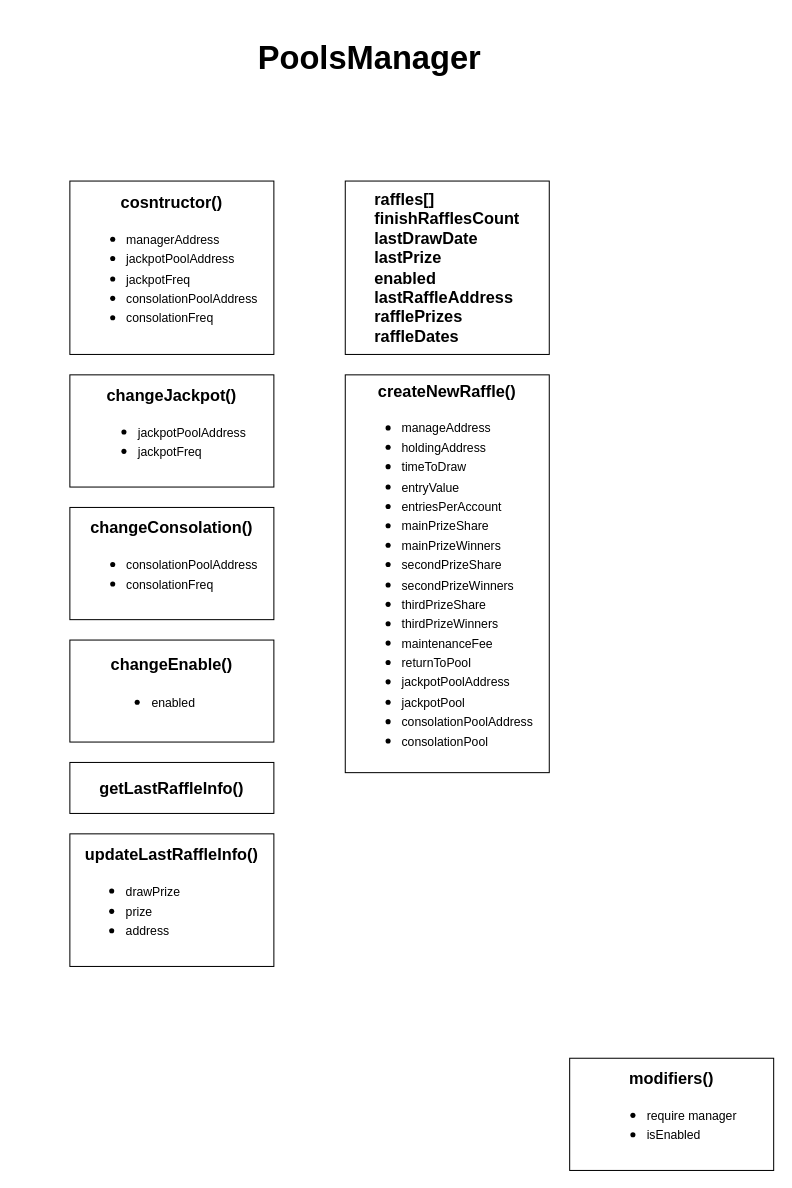
This is page "JetonsPoolsManager" (2 of 5) of JetonsProject.drawio from DevABDee/JetonsProject, a draw.io file, before an edit. Source tidied: cells renumbered, new cells numbered last; positions are measured from the earlier drawing's top-left corner, leaving out a move shared by most shapes. Both pictures are drawn from the tidied source at 102%, with x=0, y=0 at pixel (69, 28).
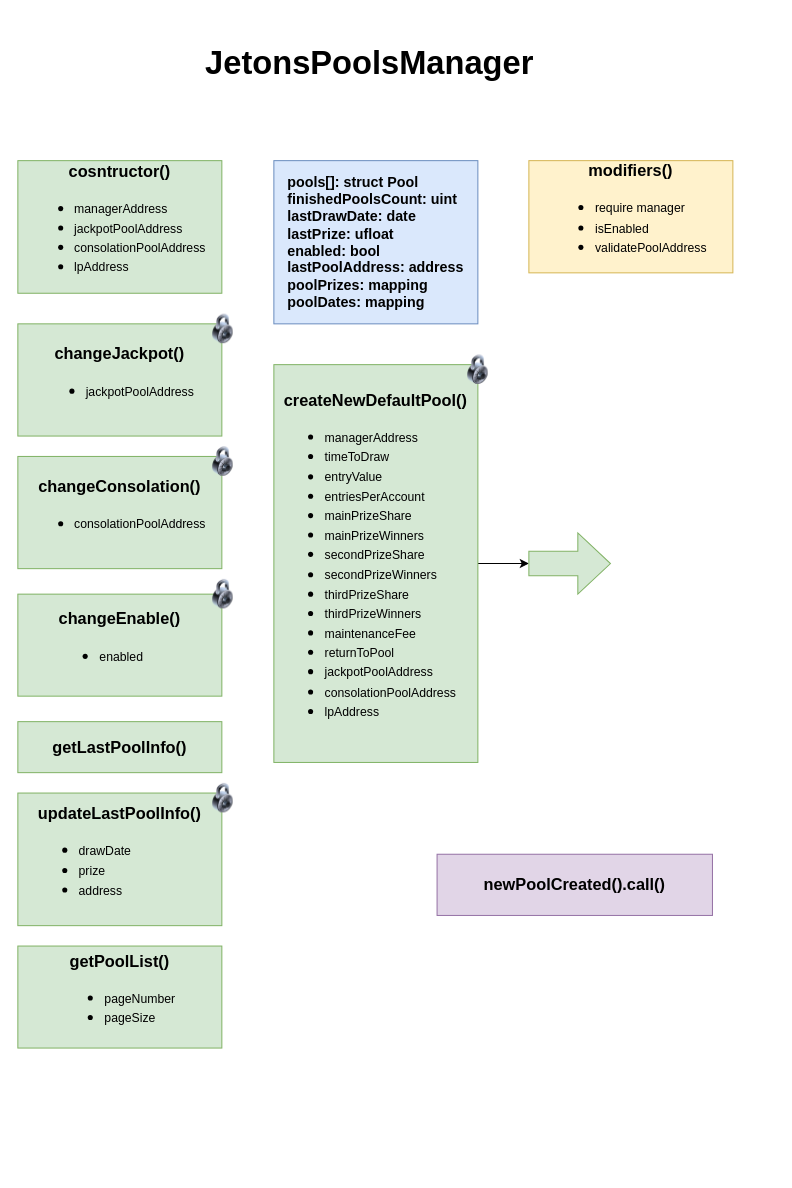
The same diagram, later.

Change to the diagram source:
```diff
@@
-    <mxCell id="2" value="PoolsManager" style="text;html=1;strokeColor=none;fillColor=none;align=center;verticalAlign=middle;whiteSpace=wrap;rounded=0;fontSize=32;fontStyle=1;" parent="1" vertex="1">
-      <mxGeometry x="144" width="300" height="60" as="geometry" />
+    <mxCell id="2" value="JetonsPoolsManager" style="text;html=1;strokeColor=none;fillColor=none;align=center;verticalAlign=middle;whiteSpace=wrap;rounded=0;fontSize=32;fontStyle=1;" parent="1" vertex="1">
+      <mxGeometry x="81" y="-10" width="426" height="90" as="geometry" />
     </mxCell>
-    <mxCell id="3" value="&lt;b&gt;cosntructor()&lt;/b&gt;&lt;br&gt;&lt;ul&gt;&lt;li style=&quot;text-align: left;&quot;&gt;&lt;font style=&quot;font-size: 12px;&quot;&gt;managerAddress&lt;/font&gt;&lt;/li&gt;&lt;li style=&quot;text-align: left;&quot;&gt;&lt;font style=&quot;font-size: 12px;&quot;&gt;jackpotPoolAddress&lt;/font&gt;&lt;/li&gt;&lt;li style=&quot;text-align: left;&quot;&gt;&lt;font style=&quot;font-size: 12px;&quot;&gt;jackpotFreq&lt;/font&gt;&lt;/li&gt;&lt;li style=&quot;text-align: left;&quot;&gt;&lt;font style=&quot;font-size: 12px;&quot;&gt;consolationPoolAddress&lt;/font&gt;&lt;/li&gt;&lt;li style=&quot;text-align: left;&quot;&gt;&lt;font style=&quot;font-size: 12px;&quot;&gt;consolationFreq&lt;/font&gt;&lt;/li&gt;&lt;/ul&gt;" style="rounded=0;whiteSpace=wrap;html=1;fontSize=16;" parent="1" vertex="1">
-      <mxGeometry y="150" width="200" height="170" as="geometry" />
-    </mxCell>
-    <mxCell id="4" value="&lt;b&gt;createNewRaffle()&lt;/b&gt;&lt;br&gt;&lt;ul&gt;&lt;li style=&quot;text-align: left;&quot;&gt;&lt;font style=&quot;font-size: 12px;&quot;&gt;manageAddress&lt;/font&gt;&lt;/li&gt;&lt;li style=&quot;text-align: left;&quot;&gt;&lt;font style=&quot;font-size: 12px;&quot;&gt;holdingAddress&lt;/font&gt;&lt;/li&gt;&lt;li style=&quot;text-align: left;&quot;&gt;&lt;font style=&quot;font-size: 12px;&quot;&gt;timeToDraw&lt;/font&gt;&lt;/li&gt;&lt;li style=&quot;text-align: left;&quot;&gt;&lt;font style=&quot;font-size: 12px;&quot;&gt;entryValue&lt;/font&gt;&lt;/li&gt;&lt;li style=&quot;text-align: left;&quot;&gt;&lt;font style=&quot;font-size: 12px;&quot;&gt;entriesPerAccount&lt;/font&gt;&lt;/li&gt;&lt;li style=&quot;text-align: left;&quot;&gt;&lt;font style=&quot;font-size: 12px;&quot;&gt;mainPrizeShare&lt;/font&gt;&lt;/li&gt;&lt;li style=&quot;text-align: left;&quot;&gt;&lt;font style=&quot;font-size: 12px;&quot;&gt;mainPrizeWinners&lt;/font&gt;&lt;/li&gt;&lt;li style=&quot;text-align: left;&quot;&gt;&lt;font style=&quot;font-size: 12px;&quot;&gt;secondPrizeShare&lt;/font&gt;&lt;/li&gt;&lt;li style=&quot;text-align: left;&quot;&gt;&lt;font style=&quot;font-size: 12px;&quot;&gt;secondPrizeWinners&lt;/font&gt;&lt;/li&gt;&lt;li style=&quot;text-align: left;&quot;&gt;&lt;font style=&quot;font-size: 12px;&quot;&gt;thirdPrizeShare&lt;/font&gt;&lt;/li&gt;&lt;li style=&quot;text-align: left;&quot;&gt;&lt;font style=&quot;font-size: 12px;&quot;&gt;thirdPrizeWinners&lt;/font&gt;&lt;/li&gt;&lt;li style=&quot;text-align: left;&quot;&gt;&lt;font style=&quot;font-size: 12px;&quot;&gt;maintenanceFee&lt;/font&gt;&lt;/li&gt;&lt;li style=&quot;text-align: left;&quot;&gt;&lt;font style=&quot;font-size: 12px;&quot;&gt;returnToPool&lt;/font&gt;&lt;/li&gt;&lt;li style=&quot;text-align: left;&quot;&gt;&lt;font style=&quot;font-size: 12px;&quot;&gt;jackpotPoolAddress&lt;/font&gt;&lt;/li&gt;&lt;li style=&quot;text-align: left;&quot;&gt;&lt;font style=&quot;font-size: 12px;&quot;&gt;jackpotPool&lt;/font&gt;&lt;/li&gt;&lt;li style=&quot;text-align: left;&quot;&gt;&lt;font style=&quot;font-size: 12px;&quot;&gt;consolationPoolAddress&lt;/font&gt;&lt;/li&gt;&lt;li style=&quot;text-align: left;&quot;&gt;&lt;font style=&quot;font-size: 12px;&quot;&gt;consolationPool&lt;/font&gt;&lt;/li&gt;&lt;/ul&gt;" style="rounded=0;whiteSpace=wrap;html=1;fontSize=16;" parent="1" vertex="1">
-      <mxGeometry x="270" y="340" width="200" height="390" as="geometry" />
-    </mxCell>
-    <mxCell id="5" style="edgeStyle=orthogonalEdgeStyle;rounded=0;orthogonalLoop=1;jettySize=auto;html=1;exitX=0.5;exitY=1;exitDx=0;exitDy=0;fontSize=12;" parent="1" edge="1" source="4" target="4">
-      <mxGeometry relative="1" as="geometry" />
+    <mxCell id="5" style="edgeStyle=orthogonalEdgeStyle;rounded=0;orthogonalLoop=1;jettySize=auto;html=1;exitX=0.5;exitY=1;exitDx=0;exitDy=0;fontSize=12;" parent="1" edge="1">
+      <mxGeometry relative="1" as="geometry">
+        <mxPoint x="300" y="730" as="sourcePoint" />
+        <mxPoint x="300" y="730" as="targetPoint" />
+      </mxGeometry>
     </mxCell>
-    <mxCell id="6" value="&lt;b&gt;changeJackpot()&lt;br&gt;&lt;/b&gt;&lt;ul&gt;&lt;li style=&quot;text-align: left;&quot;&gt;&lt;font style=&quot;font-size: 12px;&quot;&gt;jackpotPoolAddress&lt;/font&gt;&lt;/li&gt;&lt;li style=&quot;text-align: left;&quot;&gt;&lt;font style=&quot;font-size: 12px;&quot;&gt;jackpotFreq&lt;br&gt;&lt;/font&gt;&lt;/li&gt;&lt;/ul&gt;" style="rounded=0;whiteSpace=wrap;html=1;fontSize=16;" parent="1" vertex="1">
-      <mxGeometry y="340" width="200" height="110" as="geometry" />
-    </mxCell>
-    <mxCell id="7" value="&lt;b&gt;changeConsolation()&lt;/b&gt;&lt;br&gt;&lt;ul&gt;&lt;li style=&quot;text-align: left;&quot;&gt;&lt;span style=&quot;font-size: 12px; background-color: initial;&quot;&gt;consolationPoolAddress&lt;/span&gt;&lt;br&gt;&lt;/li&gt;&lt;li style=&quot;text-align: left;&quot;&gt;&lt;span style=&quot;font-size: 12px; background-color: initial;&quot;&gt;consolationFreq&lt;/span&gt;&lt;br&gt;&lt;/li&gt;&lt;/ul&gt;" style="rounded=0;whiteSpace=wrap;html=1;fontSize=16;" parent="1" vertex="1">
-      <mxGeometry y="470" width="200" height="110" as="geometry" />
-    </mxCell>
-    <mxCell id="8" value="&lt;b&gt;modifiers()&lt;/b&gt;&lt;br&gt;&lt;ul&gt;&lt;li style=&quot;text-align: left;&quot;&gt;&lt;span style=&quot;font-size: 12px;&quot;&gt;require manager&lt;/span&gt;&lt;/li&gt;&lt;li style=&quot;text-align: left;&quot;&gt;&lt;span style=&quot;font-size: 12px;&quot;&gt;isEnabled&lt;/span&gt;&lt;/li&gt;&lt;/ul&gt;" style="rounded=0;whiteSpace=wrap;html=1;fontSize=16;" parent="1" vertex="1">
-      <mxGeometry x="490" y="1010" width="200" height="110" as="geometry" />
+    <mxCell id="8" value="&lt;b&gt;modifiers()&lt;/b&gt;&lt;br&gt;&lt;ul&gt;&lt;li style=&quot;text-align: left;&quot;&gt;&lt;span style=&quot;font-size: 12px;&quot;&gt;require manager&lt;/span&gt;&lt;/li&gt;&lt;li style=&quot;text-align: left;&quot;&gt;&lt;span style=&quot;font-size: 12px;&quot;&gt;isEnabled&lt;/span&gt;&lt;/li&gt;&lt;li style=&quot;text-align: left;&quot;&gt;&lt;span style=&quot;font-size: 12px;&quot;&gt;validatePoolAddress&lt;/span&gt;&lt;/li&gt;&lt;/ul&gt;" style="rounded=0;whiteSpace=wrap;html=1;fontSize=16;fillColor=#fff2cc;strokeColor=#d6b656;" parent="1" vertex="1">
+      <mxGeometry x="450" y="130" width="200" height="110" as="geometry" />
     </mxCell>
-    <mxCell id="9" value="&lt;div style=&quot;text-align: left;&quot;&gt;&lt;b style=&quot;background-color: initial;&quot;&gt;raffles[]&lt;/b&gt;&lt;/div&gt;&lt;b&gt;&lt;div style=&quot;text-align: left;&quot;&gt;&lt;b style=&quot;background-color: initial;&quot;&gt;finishRafflesCount&lt;/b&gt;&lt;/div&gt;&lt;div style=&quot;text-align: left;&quot;&gt;&lt;b style=&quot;background-color: initial;&quot;&gt;lastDrawDate&lt;/b&gt;&lt;/div&gt;&lt;div style=&quot;text-align: left;&quot;&gt;&lt;b style=&quot;background-color: initial;&quot;&gt;lastPrize&lt;/b&gt;&lt;/div&gt;&lt;div style=&quot;text-align: left;&quot;&gt;&lt;b style=&quot;background-color: initial;&quot;&gt;enabled&lt;/b&gt;&lt;/div&gt;&lt;div style=&quot;text-align: left;&quot;&gt;&lt;b style=&quot;background-color: initial;&quot;&gt;lastRaffleAddress&lt;/b&gt;&lt;/div&gt;&lt;div style=&quot;text-align: left;&quot;&gt;&lt;b style=&quot;background-color: initial;&quot;&gt;rafflePrizes&lt;/b&gt;&lt;/div&gt;&lt;div style=&quot;text-align: left;&quot;&gt;&lt;b style=&quot;background-color: initial;&quot;&gt;raffleDates&lt;/b&gt;&lt;/div&gt;&lt;/b&gt;" style="rounded=0;whiteSpace=wrap;html=1;fontSize=16;" parent="1" vertex="1">
-      <mxGeometry x="270" y="150" width="200" height="170" as="geometry" />
+    <mxCell id="9" value="&lt;div style=&quot;text-align: left; font-size: 14px;&quot;&gt;&lt;b style=&quot;background-color: initial;&quot;&gt;&lt;font style=&quot;font-size: 14px;&quot;&gt;pools[]: struct Pool&lt;/font&gt;&lt;/b&gt;&lt;/div&gt;&lt;b style=&quot;font-size: 14px;&quot;&gt;&lt;font style=&quot;font-size: 14px;&quot;&gt;&lt;div style=&quot;text-align: left;&quot;&gt;&lt;b style=&quot;background-color: initial;&quot;&gt;finishedPoolsCount: uint&lt;/b&gt;&lt;/div&gt;&lt;div style=&quot;text-align: left;&quot;&gt;&lt;b style=&quot;background-color: initial;&quot;&gt;lastDrawDate: date&lt;/b&gt;&lt;/div&gt;&lt;div style=&quot;text-align: left;&quot;&gt;&lt;b style=&quot;background-color: initial;&quot;&gt;lastPrize: ufloat&lt;/b&gt;&lt;/div&gt;&lt;div style=&quot;text-align: left;&quot;&gt;&lt;b style=&quot;background-color: initial;&quot;&gt;enabled: bool&lt;/b&gt;&lt;/div&gt;&lt;div style=&quot;text-align: left;&quot;&gt;&lt;b style=&quot;background-color: initial;&quot;&gt;lastPoolAddress: address&lt;/b&gt;&lt;/div&gt;&lt;div style=&quot;text-align: left;&quot;&gt;&lt;b style=&quot;background-color: initial;&quot;&gt;poolPrizes: mapping&lt;/b&gt;&lt;/div&gt;&lt;div style=&quot;text-align: left;&quot;&gt;&lt;b style=&quot;background-color: initial;&quot;&gt;poolDates: mapping&lt;/b&gt;&lt;/div&gt;&lt;/font&gt;&lt;/b&gt;" style="rounded=0;whiteSpace=wrap;html=1;fontSize=16;fillColor=#dae8fc;strokeColor=#6c8ebf;" parent="1" vertex="1">
+      <mxGeometry x="200" y="130" width="200" height="160" as="geometry" />
     </mxCell>
-    <mxCell id="10" value="&lt;b&gt;changeEnable()&lt;br&gt;&lt;/b&gt;&lt;ul&gt;&lt;li style=&quot;text-align: left;&quot;&gt;&lt;span style=&quot;font-size: 12px;&quot;&gt;enabled&lt;/span&gt;&lt;/li&gt;&lt;/ul&gt;" style="rounded=0;whiteSpace=wrap;html=1;fontSize=16;" parent="1" vertex="1">
-      <mxGeometry y="600" width="200" height="100" as="geometry" />
+    <mxCell id="10" value="&lt;b&gt;changeEnable()&lt;br&gt;&lt;/b&gt;&lt;ul&gt;&lt;li style=&quot;text-align: left;&quot;&gt;&lt;span style=&quot;font-size: 12px;&quot;&gt;enabled&lt;/span&gt;&lt;/li&gt;&lt;/ul&gt;" style="rounded=0;whiteSpace=wrap;html=1;fontSize=16;fillColor=#d5e8d4;strokeColor=#82b366;" parent="1" vertex="1">
+      <mxGeometry x="-51" y="555" width="200" height="100" as="geometry" />
     </mxCell>
-    <mxCell id="11" value="&lt;b&gt;getLastRaffleInfo()&lt;/b&gt;" style="rounded=0;whiteSpace=wrap;html=1;fontSize=16;" parent="1" vertex="1">
-      <mxGeometry y="720" width="200" height="50" as="geometry" />
+    <mxCell id="11" value="&lt;b&gt;getLastPoolInfo()&lt;/b&gt;" style="rounded=0;whiteSpace=wrap;html=1;fontSize=16;fillColor=#d5e8d4;strokeColor=#82b366;" parent="1" vertex="1">
+      <mxGeometry x="-51" y="680" width="200" height="50" as="geometry" />
     </mxCell>
-    <mxCell id="12" value="&lt;b&gt;updateLastRaffleInfo()&lt;/b&gt;&lt;br&gt;&lt;ul&gt;&lt;li style=&quot;text-align: left;&quot;&gt;&lt;span style=&quot;font-size: 12px; background-color: initial;&quot;&gt;drawPrize&lt;/span&gt;&lt;br&gt;&lt;/li&gt;&lt;li style=&quot;text-align: left;&quot;&gt;&lt;span style=&quot;font-size: 12px; background-color: initial;&quot;&gt;prize&lt;/span&gt;&lt;br&gt;&lt;/li&gt;&lt;li style=&quot;text-align: left;&quot;&gt;&lt;span style=&quot;font-size: 12px; background-color: initial;&quot;&gt;address&lt;/span&gt;&lt;/li&gt;&lt;/ul&gt;" style="rounded=0;whiteSpace=wrap;html=1;fontSize=16;" parent="1" vertex="1">
-      <mxGeometry y="790" width="200" height="130" as="geometry" />
+    <mxCell id="12" value="&lt;b&gt;updateLastPoolInfo()&lt;/b&gt;&lt;br&gt;&lt;ul&gt;&lt;li style=&quot;text-align: left;&quot;&gt;&lt;span style=&quot;font-size: 12px; background-color: initial;&quot;&gt;drawDate&lt;/span&gt;&lt;br&gt;&lt;/li&gt;&lt;li style=&quot;text-align: left;&quot;&gt;&lt;span style=&quot;font-size: 12px; background-color: initial;&quot;&gt;prize&lt;/span&gt;&lt;br&gt;&lt;/li&gt;&lt;li style=&quot;text-align: left;&quot;&gt;&lt;span style=&quot;font-size: 12px; background-color: initial;&quot;&gt;address&lt;/span&gt;&lt;/li&gt;&lt;/ul&gt;" style="rounded=0;whiteSpace=wrap;html=1;fontSize=16;fillColor=#d5e8d4;strokeColor=#82b366;" parent="1" vertex="1">
+      <mxGeometry x="-51" y="750" width="200" height="130" as="geometry" />
     </mxCell>
+    <mxCell id="13" value="&lt;b&gt;getPoolList()&lt;br&gt;&lt;/b&gt;&lt;ul&gt;&lt;li style=&quot;text-align: left;&quot;&gt;&lt;span style=&quot;font-size: 12px;&quot;&gt;pageNumber&lt;/span&gt;&lt;/li&gt;&lt;li style=&quot;text-align: left;&quot;&gt;&lt;span style=&quot;font-size: 12px;&quot;&gt;pageSize&lt;/span&gt;&lt;/li&gt;&lt;/ul&gt;" style="rounded=0;whiteSpace=wrap;html=1;fontSize=16;fillColor=#d5e8d4;strokeColor=#82b366;" parent="1" vertex="1">
+      <mxGeometry x="-51" y="900" width="200" height="100" as="geometry" />
+    </mxCell>
+    <mxCell id="14" value="&lt;b&gt;cosntructor()&lt;/b&gt;&lt;br&gt;&lt;ul&gt;&lt;li style=&quot;text-align: left;&quot;&gt;&lt;font style=&quot;font-size: 12px;&quot;&gt;managerAddress&lt;/font&gt;&lt;/li&gt;&lt;li style=&quot;text-align: left;&quot;&gt;&lt;font style=&quot;font-size: 12px;&quot;&gt;jackpotPoolAddress&lt;/font&gt;&lt;/li&gt;&lt;li style=&quot;text-align: left;&quot;&gt;&lt;span style=&quot;font-size: 12px; background-color: initial;&quot;&gt;consolationPoolAddress&lt;/span&gt;&lt;br&gt;&lt;/li&gt;&lt;li style=&quot;text-align: left;&quot;&gt;&lt;span style=&quot;font-size: 12px; background-color: initial;&quot;&gt;lpAddress&lt;/span&gt;&lt;/li&gt;&lt;/ul&gt;" style="rounded=0;whiteSpace=wrap;html=1;fontSize=16;fillColor=#d5e8d4;strokeColor=#82b366;" parent="1" vertex="1">
+      <mxGeometry x="-51" y="130" width="200" height="130" as="geometry" />
+    </mxCell>
+    <mxCell id="15" value="&lt;b&gt;changeJackpot()&lt;br&gt;&lt;/b&gt;&lt;ul&gt;&lt;li style=&quot;text-align: left;&quot;&gt;&lt;font style=&quot;font-size: 12px;&quot;&gt;jackpotPoolAddress&lt;/font&gt;&lt;/li&gt;&lt;/ul&gt;" style="rounded=0;whiteSpace=wrap;html=1;fontSize=16;fillColor=#d5e8d4;strokeColor=#82b366;" parent="1" vertex="1">
+      <mxGeometry x="-51" y="290" width="200" height="110" as="geometry" />
+    </mxCell>
+    <mxCell id="16" style="edgeStyle=orthogonalEdgeStyle;rounded=0;jettySize=auto;html=1;fontSize=14;" parent="1" edge="1" source="17" target="19">
+      <mxGeometry relative="1" as="geometry" />
+    </mxCell>
+    <mxCell id="17" value="&lt;b&gt;createNewDefaultPool()&lt;/b&gt;&lt;br&gt;&lt;ul&gt;&lt;li style=&quot;text-align: left;&quot;&gt;&lt;font style=&quot;font-size: 12px;&quot;&gt;managerAddress&lt;/font&gt;&lt;/li&gt;&lt;li style=&quot;text-align: left;&quot;&gt;&lt;font style=&quot;font-size: 12px;&quot;&gt;timeToDraw&lt;/font&gt;&lt;/li&gt;&lt;li style=&quot;text-align: left;&quot;&gt;&lt;font style=&quot;font-size: 12px;&quot;&gt;entryValue&lt;/font&gt;&lt;/li&gt;&lt;li style=&quot;text-align: left;&quot;&gt;&lt;font style=&quot;font-size: 12px;&quot;&gt;entriesPerAccount&lt;/font&gt;&lt;/li&gt;&lt;li style=&quot;text-align: left;&quot;&gt;&lt;font style=&quot;font-size: 12px;&quot;&gt;mainPrizeShare&lt;/font&gt;&lt;/li&gt;&lt;li style=&quot;text-align: left;&quot;&gt;&lt;font style=&quot;font-size: 12px;&quot;&gt;mainPrizeWinners&lt;/font&gt;&lt;/li&gt;&lt;li style=&quot;text-align: left;&quot;&gt;&lt;font style=&quot;font-size: 12px;&quot;&gt;secondPrizeShare&lt;/font&gt;&lt;/li&gt;&lt;li style=&quot;text-align: left;&quot;&gt;&lt;font style=&quot;font-size: 12px;&quot;&gt;secondPrizeWinners&lt;/font&gt;&lt;/li&gt;&lt;li style=&quot;text-align: left;&quot;&gt;&lt;font style=&quot;font-size: 12px;&quot;&gt;thirdPrizeShare&lt;/font&gt;&lt;/li&gt;&lt;li style=&quot;text-align: left;&quot;&gt;&lt;font style=&quot;font-size: 12px;&quot;&gt;thirdPrizeWinners&lt;/font&gt;&lt;/li&gt;&lt;li style=&quot;text-align: left;&quot;&gt;&lt;font style=&quot;font-size: 12px;&quot;&gt;maintenanceFee&lt;/font&gt;&lt;/li&gt;&lt;li style=&quot;text-align: left;&quot;&gt;&lt;font style=&quot;font-size: 12px;&quot;&gt;returnToPool&lt;/font&gt;&lt;/li&gt;&lt;li style=&quot;text-align: left;&quot;&gt;&lt;font style=&quot;font-size: 12px;&quot;&gt;jackpotPoolAddress&lt;/font&gt;&lt;/li&gt;&lt;li style=&quot;text-align: left;&quot;&gt;&lt;font style=&quot;font-size: 12px;&quot;&gt;consolationPoolAddress&lt;/font&gt;&lt;/li&gt;&lt;li style=&quot;text-align: left;&quot;&gt;&lt;font style=&quot;font-size: 12px;&quot;&gt;lpAddress&lt;/font&gt;&lt;/li&gt;&lt;/ul&gt;" style="rounded=0;whiteSpace=wrap;html=1;fontSize=16;fillColor=#d5e8d4;strokeColor=#82b366;" parent="1" vertex="1">
+      <mxGeometry x="200" y="330" width="200" height="390" as="geometry" />
+    </mxCell>
+    <mxCell id="18" value="&lt;b&gt;changeConsolation()&lt;/b&gt;&lt;br&gt;&lt;ul&gt;&lt;li style=&quot;text-align: left;&quot;&gt;&lt;span style=&quot;font-size: 12px; background-color: initial;&quot;&gt;consolationPoolAddress&lt;/span&gt;&lt;/li&gt;&lt;/ul&gt;" style="rounded=0;whiteSpace=wrap;html=1;fontSize=16;fillColor=#d5e8d4;strokeColor=#82b366;" parent="1" vertex="1">
+      <mxGeometry x="-51" y="420" width="200" height="110" as="geometry" />
+    </mxCell>
+    <mxCell id="19" style="shape=singleArrow;whiteSpace=wrap;html=1;arrowWidth=0.4;arrowSize=0.4;fontSize=16;fillColor=#d5e8d4;strokeColor=#82b366;rounded=0;" parent="1" vertex="1">
+      <mxGeometry x="450" y="495" width="80" height="60" as="geometry" />
+    </mxCell>
+    <mxCell id="20" style="image;html=1;image=img/lib/clip_art/general/Lock_128x128.png;fontSize=14;" parent="1" vertex="1">
+      <mxGeometry x="140" y="410" width="20" height="30" as="geometry" />
+    </mxCell>
+    <mxCell id="21" style="image;html=1;image=img/lib/clip_art/general/Lock_128x128.png;fontSize=14;" parent="1" vertex="1">
+      <mxGeometry x="140" y="280" width="20" height="30" as="geometry" />
+    </mxCell>
+    <mxCell id="22" style="image;html=1;image=img/lib/clip_art/general/Lock_128x128.png;fontSize=14;" parent="1" vertex="1">
+      <mxGeometry x="140" y="540" width="20" height="30" as="geometry" />
+    </mxCell>
+    <mxCell id="23" style="image;html=1;image=img/lib/clip_art/general/Lock_128x128.png;fontSize=14;" parent="1" vertex="1">
+      <mxGeometry x="390" y="320" width="20" height="30" as="geometry" />
+    </mxCell>
+    <mxCell id="24" style="image;html=1;image=img/lib/clip_art/general/Lock_128x128.png;fontSize=14;" parent="1" vertex="1">
+      <mxGeometry x="140" y="740" width="20" height="30" as="geometry" />
+    </mxCell>
+    <mxCell id="25" value="&lt;b&gt;newPoolCreated().call()&lt;br&gt;&lt;/b&gt;" style="rounded=0;whiteSpace=wrap;html=1;fontSize=16;fillColor=#e1d5e7;strokeColor=#9673a6;" parent="1" vertex="1">
+      <mxGeometry x="360" y="810" width="270" height="60" as="geometry" />
+    </mxCell>
```
